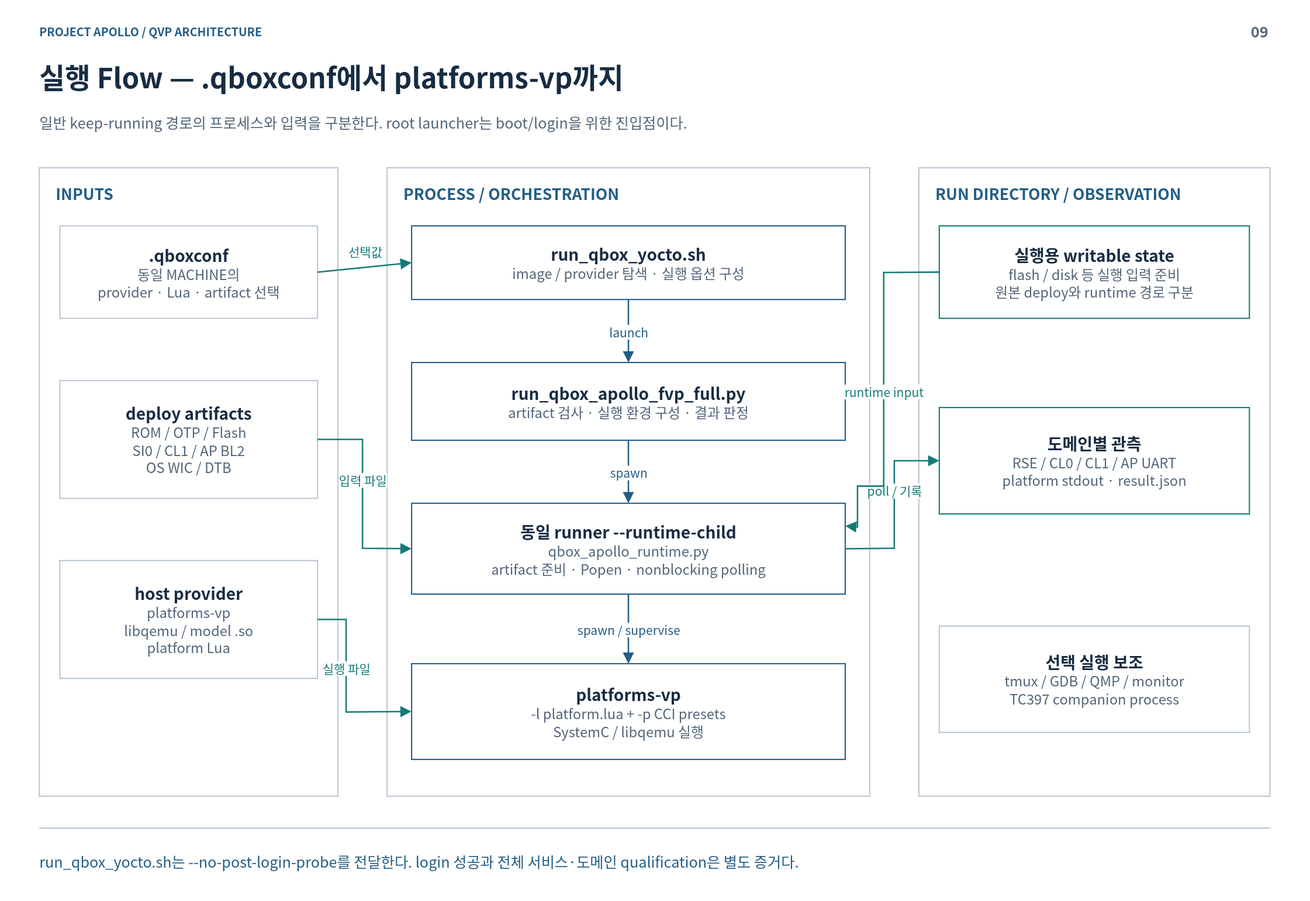
Earlier version of the draw.io export doc/phase1/qbox/diagrams/09-launch.drawio.svg (cometzero/project-apollo). Source tidied: cells renumbered, new cells last; positions are measured from the earlier drawing's top-left corner, leaving out a move shared by most shapes.
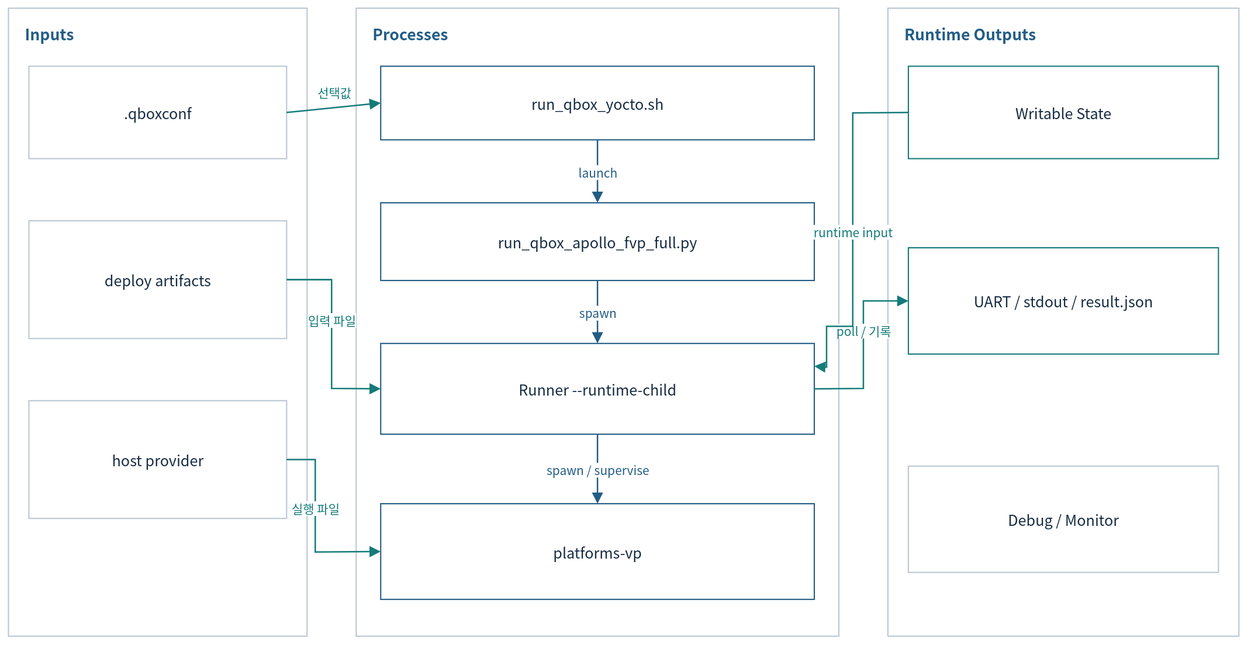
Above is the later version.

What changed in the source:
```diff
@@ -2,61 +2,37 @@
   <root>
     <mxCell id="0" />
     <mxCell id="1" parent="0" />
-    <mxCell id="2" style="rounded=0;whiteSpace=wrap;html=1;fillColor=#FFFFFF;strokeColor=none;strokeWidth=1.5;fontColor=#172C43;fontFamily=Noto Sans CJK KR;fontSize=18;spacing=14;" parent="1" vertex="1">
-      <mxGeometry width="1600" height="1100" as="geometry" />
-    </mxCell>
-    <mxCell id="3" value="PROJECT APOLLO  /  QVP ARCHITECTURE" style="rounded=0;whiteSpace=wrap;html=1;fillColor=#FFFFFF;strokeColor=none;strokeWidth=1.5;fontColor=#172C43;fontFamily=Noto Sans CJK KR;fontSize=18;spacing=14;fillColor=none;align=left;verticalAlign=middle;spacing=0;fontSize=14;fontColor=#235D86;fontStyle=1;" parent="1" vertex="1">
-      <mxGeometry x="48" y="26" width="1400" height="24" as="geometry" />
-    </mxCell>
-    <mxCell id="4" value="09" style="rounded=0;whiteSpace=wrap;html=1;fillColor=#FFFFFF;strokeColor=none;strokeWidth=1.5;fontColor=#172C43;fontFamily=Noto Sans CJK KR;fontSize=18;spacing=14;fillColor=none;align=right;verticalAlign=middle;spacing=0;fontSize=18;fontColor=#52657A;fontStyle=1;" parent="1" vertex="1">
-      <mxGeometry x="1485" y="23" width="65" height="30" as="geometry" />
-    </mxCell>
-    <mxCell id="5" value="실행 Flow — .qboxconf에서 platforms-vp까지" style="rounded=0;whiteSpace=wrap;html=1;fillColor=#FFFFFF;strokeColor=none;strokeWidth=1.5;fontColor=#172C43;fontFamily=Noto Sans CJK KR;fontSize=18;spacing=14;fillColor=none;align=left;verticalAlign=middle;spacing=0;fontSize=34;fontColor=#172C43;fontStyle=1;" parent="1" vertex="1">
-      <mxGeometry x="48" y="67" width="1504" height="54" as="geometry" />
-    </mxCell>
-    <mxCell id="6" value="일반 keep-running 경로의 프로세스와 입력을 구분한다. root launcher는 boot/login을 위한 진입점이다." style="rounded=0;whiteSpace=wrap;html=1;fillColor=#FFFFFF;strokeColor=none;strokeWidth=1.5;fontColor=#172C43;fontFamily=Noto Sans CJK KR;fontSize=18;spacing=14;fillColor=none;align=left;verticalAlign=middle;spacing=0;fontSize=18;fontColor=#52657A;" parent="1" vertex="1">
-      <mxGeometry x="48" y="127" width="1504" height="44" as="geometry" />
-    </mxCell>
-    <mxCell id="7" style="html=1;rounded=0;edgeStyle=none;endArrow=none;endSize=9;strokeColor=#BAC7D3;strokeWidth=1.6;fontColor=#BAC7D3;fontFamily=Noto Sans CJK KR;fontSize=15;labelBackgroundColor=#FFFFFF;" parent="1" edge="1">
-      <mxGeometry relative="1" as="geometry">
-        <mxPoint x="48" y="1012" as="sourcePoint" />
-        <mxPoint x="1552" y="1012" as="targetPoint" />
-      </mxGeometry>
-    </mxCell>
-    <mxCell id="8" value="run_qbox_yocto.sh는 --no-post-login-probe를 전달한다. login 성공과 전체 서비스·도메인 qualification은 별도 증거다." style="rounded=0;whiteSpace=wrap;html=1;fillColor=#FFFFFF;strokeColor=none;strokeWidth=1.5;fontColor=#172C43;fontFamily=Noto Sans CJK KR;fontSize=18;spacing=14;fillColor=none;align=left;verticalAlign=middle;spacing=0;fontSize=18;fontColor=#235D86;" parent="1" vertex="1">
-      <mxGeometry x="48" y="1026" width="1504" height="52" as="geometry" />
-    </mxCell>
     <mxCell id="9" style="rounded=0;whiteSpace=wrap;html=1;fillColor=#FFFFFF;strokeColor=#BAC7D3;strokeWidth=1.5;fontColor=#172C43;fontFamily=Noto Sans CJK KR;fontSize=18;spacing=14;" parent="1" vertex="1">
       <mxGeometry x="48" y="205" width="365" height="768" as="geometry" />
     </mxCell>
-    <mxCell id="10" value="INPUTS" style="rounded=0;whiteSpace=wrap;html=1;fillColor=#FFFFFF;strokeColor=none;strokeWidth=1.5;fontColor=#172C43;fontFamily=Noto Sans CJK KR;fontSize=18;spacing=14;fillColor=none;align=left;verticalAlign=middle;spacing=0;fontSize=19;fontColor=#235D86;fontStyle=1;" parent="1" vertex="1">
+    <mxCell id="10" value="Inputs" style="rounded=0;whiteSpace=wrap;html=1;fillColor=#FFFFFF;strokeColor=none;strokeWidth=1.5;fontColor=#172C43;fontFamily=Noto Sans CJK KR;fontSize=18;spacing=14;fillColor=none;align=left;verticalAlign=middle;spacing=0;fontSize=19;fontColor=#235D86;fontStyle=1;" parent="1" vertex="1">
       <mxGeometry x="68" y="220" width="325" height="32" as="geometry" />
     </mxCell>
-    <mxCell id="11" value="&lt;b style=&quot;font-size:20px&quot;&gt;.qboxconf&lt;/b&gt;&lt;br&gt;&lt;font color=&quot;#52657A&quot; style=&quot;font-size:17px&quot;&gt;동일 MACHINE의&lt;br&gt;provider · Lua · artifact 선택&lt;/font&gt;" style="rounded=0;whiteSpace=wrap;html=1;fillColor=#FFFFFF;strokeColor=#BAC7D3;strokeWidth=1.5;fontColor=#172C43;fontFamily=Noto Sans CJK KR;fontSize=18;spacing=14;" parent="1" vertex="1">
+    <mxCell id="11" value=".qboxconf" style="rounded=0;whiteSpace=wrap;html=1;fillColor=#FFFFFF;strokeColor=#BAC7D3;strokeWidth=1.5;fontColor=#172C43;fontFamily=Noto Sans CJK KR;fontSize=18;spacing=14;" parent="1" vertex="1">
       <mxGeometry x="73" y="276" width="315" height="113" as="geometry" />
     </mxCell>
-    <mxCell id="12" value="&lt;b style=&quot;font-size:20px&quot;&gt;deploy artifacts&lt;/b&gt;&lt;br&gt;&lt;font color=&quot;#52657A&quot; style=&quot;font-size:17px&quot;&gt;ROM / OTP / Flash&lt;br&gt;SI0 / CL1 / AP BL2&lt;br&gt;OS WIC / DTB&lt;/font&gt;" style="rounded=0;whiteSpace=wrap;html=1;fillColor=#FFFFFF;strokeColor=#BAC7D3;strokeWidth=1.5;fontColor=#172C43;fontFamily=Noto Sans CJK KR;fontSize=18;spacing=14;" parent="1" vertex="1">
+    <mxCell id="12" value="deploy artifacts" style="rounded=0;whiteSpace=wrap;html=1;fillColor=#FFFFFF;strokeColor=#BAC7D3;strokeWidth=1.5;fontColor=#172C43;fontFamily=Noto Sans CJK KR;fontSize=18;spacing=14;" parent="1" vertex="1">
       <mxGeometry x="73" y="465" width="315" height="144" as="geometry" />
     </mxCell>
-    <mxCell id="13" value="&lt;b style=&quot;font-size:20px&quot;&gt;host provider&lt;/b&gt;&lt;br&gt;&lt;font color=&quot;#52657A&quot; style=&quot;font-size:17px&quot;&gt;platforms-vp&lt;br&gt;libqemu / model .so&lt;br&gt;platform Lua&lt;/font&gt;" style="rounded=0;whiteSpace=wrap;html=1;fillColor=#FFFFFF;strokeColor=#BAC7D3;strokeWidth=1.5;fontColor=#172C43;fontFamily=Noto Sans CJK KR;fontSize=18;spacing=14;" parent="1" vertex="1">
+    <mxCell id="13" value="host provider" style="rounded=0;whiteSpace=wrap;html=1;fillColor=#FFFFFF;strokeColor=#BAC7D3;strokeWidth=1.5;fontColor=#172C43;fontFamily=Noto Sans CJK KR;fontSize=18;spacing=14;" parent="1" vertex="1">
       <mxGeometry x="73" y="685" width="315" height="144" as="geometry" />
     </mxCell>
     <mxCell id="14" style="rounded=0;whiteSpace=wrap;html=1;fillColor=#FFFFFF;strokeColor=#BAC7D3;strokeWidth=1.5;fontColor=#172C43;fontFamily=Noto Sans CJK KR;fontSize=18;spacing=14;" parent="1" vertex="1">
       <mxGeometry x="473" y="205" width="590" height="768" as="geometry" />
     </mxCell>
-    <mxCell id="15" value="PROCESS / ORCHESTRATION" style="rounded=0;whiteSpace=wrap;html=1;fillColor=#FFFFFF;strokeColor=none;strokeWidth=1.5;fontColor=#172C43;fontFamily=Noto Sans CJK KR;fontSize=18;spacing=14;fillColor=none;align=left;verticalAlign=middle;spacing=0;fontSize=19;fontColor=#235D86;fontStyle=1;" parent="1" vertex="1">
+    <mxCell id="15" value="Processes" style="rounded=0;whiteSpace=wrap;html=1;fillColor=#FFFFFF;strokeColor=none;strokeWidth=1.5;fontColor=#172C43;fontFamily=Noto Sans CJK KR;fontSize=18;spacing=14;fillColor=none;align=left;verticalAlign=middle;spacing=0;fontSize=19;fontColor=#235D86;fontStyle=1;" parent="1" vertex="1">
       <mxGeometry x="493" y="220" width="550" height="32" as="geometry" />
     </mxCell>
-    <mxCell id="16" value="&lt;b style=&quot;font-size:20px&quot;&gt;run_qbox_yocto.sh&lt;/b&gt;&lt;br&gt;&lt;font color=&quot;#52657A&quot; style=&quot;font-size:17px&quot;&gt;image / provider 탐색 · 실행 옵션 구성&lt;/font&gt;" style="rounded=0;whiteSpace=wrap;html=1;fillColor=#FFFFFF;strokeColor=#235D86;strokeWidth=1.5;fontColor=#172C43;fontFamily=Noto Sans CJK KR;fontSize=18;spacing=14;" parent="1" vertex="1">
+    <mxCell id="16" value="run_qbox_yocto.sh" style="rounded=0;whiteSpace=wrap;html=1;fillColor=#FFFFFF;strokeColor=#235D86;strokeWidth=1.5;fontColor=#172C43;fontFamily=Noto Sans CJK KR;fontSize=18;spacing=14;" parent="1" vertex="1">
       <mxGeometry x="503" y="276" width="530" height="90" as="geometry" />
     </mxCell>
-    <mxCell id="17" value="&lt;b style=&quot;font-size:20px&quot;&gt;run_qbox_apollo_fvp_full.py&lt;/b&gt;&lt;br&gt;&lt;font color=&quot;#52657A&quot; style=&quot;font-size:17px&quot;&gt;artifact 검사 · 실행 환경 구성 · 결과 판정&lt;/font&gt;" style="rounded=0;whiteSpace=wrap;html=1;fillColor=#FFFFFF;strokeColor=#235D86;strokeWidth=1.5;fontColor=#172C43;fontFamily=Noto Sans CJK KR;fontSize=18;spacing=14;" parent="1" vertex="1">
+    <mxCell id="17" value="run_qbox_apollo_fvp_full.py" style="rounded=0;whiteSpace=wrap;html=1;fillColor=#FFFFFF;strokeColor=#235D86;strokeWidth=1.5;fontColor=#172C43;fontFamily=Noto Sans CJK KR;fontSize=18;spacing=14;" parent="1" vertex="1">
       <mxGeometry x="503" y="443" width="530" height="95" as="geometry" />
     </mxCell>
-    <mxCell id="18" value="&lt;b style=&quot;font-size:20px&quot;&gt;동일 runner --runtime-child&lt;/b&gt;&lt;br&gt;&lt;font color=&quot;#52657A&quot; style=&quot;font-size:17px&quot;&gt;qbox_apollo_runtime.py&lt;br&gt;artifact 준비 · Popen · nonblocking polling&lt;/font&gt;" style="rounded=0;whiteSpace=wrap;html=1;fillColor=#FFFFFF;strokeColor=#235D86;strokeWidth=1.5;fontColor=#172C43;fontFamily=Noto Sans CJK KR;fontSize=18;spacing=14;" parent="1" vertex="1">
+    <mxCell id="18" value="Runner --runtime-child" style="rounded=0;whiteSpace=wrap;html=1;fillColor=#FFFFFF;strokeColor=#235D86;strokeWidth=1.5;fontColor=#172C43;fontFamily=Noto Sans CJK KR;fontSize=18;spacing=14;" parent="1" vertex="1">
       <mxGeometry x="503" y="615" width="530" height="111" as="geometry" />
     </mxCell>
-    <mxCell id="19" value="&lt;b style=&quot;font-size:20px&quot;&gt;platforms-vp&lt;/b&gt;&lt;br&gt;&lt;font color=&quot;#52657A&quot; style=&quot;font-size:17px&quot;&gt;-l platform.lua + -p CCI presets&lt;br&gt;SystemC / libqemu 실행&lt;/font&gt;" style="rounded=0;whiteSpace=wrap;html=1;fillColor=#FFFFFF;strokeColor=#235D86;strokeWidth=1.5;fontColor=#172C43;fontFamily=Noto Sans CJK KR;fontSize=18;spacing=14;" parent="1" vertex="1">
+    <mxCell id="19" value="platforms-vp" style="rounded=0;whiteSpace=wrap;html=1;fillColor=#FFFFFF;strokeColor=#235D86;strokeWidth=1.5;fontColor=#172C43;fontFamily=Noto Sans CJK KR;fontSize=18;spacing=14;" parent="1" vertex="1">
       <mxGeometry x="503" y="811" width="530" height="117" as="geometry" />
     </mxCell>
     <mxCell id="20" value="launch" style="html=1;whiteSpace=nowrap;rounded=0;edgeStyle=none;endArrow=block;endFill=1;endSize=9;strokeColor=#235D86;strokeWidth=1.8;fontColor=#235D86;fontFamily=Noto Sans CJK KR;fontSize=15;labelBackgroundColor=#FFFFFF;exitX=0.5;exitY=1;exitDx=0;exitDy=0;entryX=0.5;entryY=0;entryDx=0;entryDy=0;" parent="1" edge="1" source="16" target="17">
@@ -94,16 +70,16 @@
     <mxCell id="26" style="rounded=0;whiteSpace=wrap;html=1;fillColor=#FFFFFF;strokeColor=#BAC7D3;strokeWidth=1.5;fontColor=#172C43;fontFamily=Noto Sans CJK KR;fontSize=18;spacing=14;" parent="1" vertex="1">
       <mxGeometry x="1123" y="205" width="429" height="768" as="geometry" />
     </mxCell>
-    <mxCell id="27" value="RUN DIRECTORY / OBSERVATION" style="rounded=0;whiteSpace=wrap;html=1;fillColor=#FFFFFF;strokeColor=none;strokeWidth=1.5;fontColor=#172C43;fontFamily=Noto Sans CJK KR;fontSize=18;spacing=14;fillColor=none;align=left;verticalAlign=middle;spacing=0;fontSize=19;fontColor=#235D86;fontStyle=1;" parent="1" vertex="1">
+    <mxCell id="27" value="Runtime Outputs" style="rounded=0;whiteSpace=wrap;html=1;fillColor=#FFFFFF;strokeColor=none;strokeWidth=1.5;fontColor=#172C43;fontFamily=Noto Sans CJK KR;fontSize=18;spacing=14;fillColor=none;align=left;verticalAlign=middle;spacing=0;fontSize=19;fontColor=#235D86;fontStyle=1;" parent="1" vertex="1">
       <mxGeometry x="1143" y="220" width="389" height="32" as="geometry" />
     </mxCell>
-    <mxCell id="28" value="&lt;b style=&quot;font-size:20px&quot;&gt;실행용 writable state&lt;/b&gt;&lt;br&gt;&lt;font color=&quot;#52657A&quot; style=&quot;font-size:17px&quot;&gt;flash / disk 등 실행 입력 준비&lt;br&gt;원본 deploy와 runtime 경로 구분&lt;/font&gt;" style="rounded=0;whiteSpace=wrap;html=1;fillColor=#FFFFFF;strokeColor=#147B79;strokeWidth=1.5;fontColor=#172C43;fontFamily=Noto Sans CJK KR;fontSize=18;spacing=14;" parent="1" vertex="1">
+    <mxCell id="28" value="Writable State" style="rounded=0;whiteSpace=wrap;html=1;fillColor=#FFFFFF;strokeColor=#147B79;strokeWidth=1.5;fontColor=#172C43;fontFamily=Noto Sans CJK KR;fontSize=18;spacing=14;" parent="1" vertex="1">
       <mxGeometry x="1148" y="276" width="379" height="113" as="geometry" />
     </mxCell>
-    <mxCell id="29" value="&lt;b style=&quot;font-size:20px&quot;&gt;도메인별 관측&lt;/b&gt;&lt;br&gt;&lt;font color=&quot;#52657A&quot; style=&quot;font-size:17px&quot;&gt;RSE / CL0 / CL1 / AP UART&lt;br&gt;platform stdout · result.json&lt;/font&gt;" style="rounded=0;whiteSpace=wrap;html=1;fillColor=#FFFFFF;strokeColor=#147B79;strokeWidth=1.5;fontColor=#172C43;fontFamily=Noto Sans CJK KR;fontSize=18;spacing=14;" parent="1" vertex="1">
+    <mxCell id="29" value="UART / stdout / result.json" style="rounded=0;whiteSpace=wrap;html=1;fillColor=#FFFFFF;strokeColor=#147B79;strokeWidth=1.5;fontColor=#172C43;fontFamily=Noto Sans CJK KR;fontSize=18;spacing=14;" parent="1" vertex="1">
       <mxGeometry x="1148" y="498" width="379" height="130" as="geometry" />
     </mxCell>
-    <mxCell id="30" value="&lt;b style=&quot;font-size:20px&quot;&gt;선택 실행 보조&lt;/b&gt;&lt;br&gt;&lt;font color=&quot;#52657A&quot; style=&quot;font-size:17px&quot;&gt;tmux / GDB / QMP / monitor&lt;br&gt;TC397 companion process&lt;/font&gt;" style="rounded=0;whiteSpace=wrap;html=1;fillColor=#FFFFFF;strokeColor=#BAC7D3;strokeWidth=1.5;fontColor=#172C43;fontFamily=Noto Sans CJK KR;fontSize=18;spacing=14;" parent="1" vertex="1">
+    <mxCell id="30" value="Debug / Monitor" style="rounded=0;whiteSpace=wrap;html=1;fillColor=#FFFFFF;strokeColor=#BAC7D3;strokeWidth=1.5;fontColor=#172C43;fontFamily=Noto Sans CJK KR;fontSize=18;spacing=14;" parent="1" vertex="1">
       <mxGeometry x="1148" y="765" width="379" height="130" as="geometry" />
     </mxCell>
     <mxCell id="31" value="poll / 기록" style="html=1;whiteSpace=nowrap;rounded=0;edgeStyle=none;endArrow=block;endFill=1;endSize=9;strokeColor=#147B79;strokeWidth=1.8;fontColor=#147B79;fontFamily=Noto Sans CJK KR;fontSize=15;labelBackgroundColor=#FFFFFF;exitX=1;exitY=0.5;exitDx=0;exitDy=0;entryX=0;entryY=0.5;entryDx=0;entryDy=0;" parent="1" edge="1" source="18" target="29">
```
